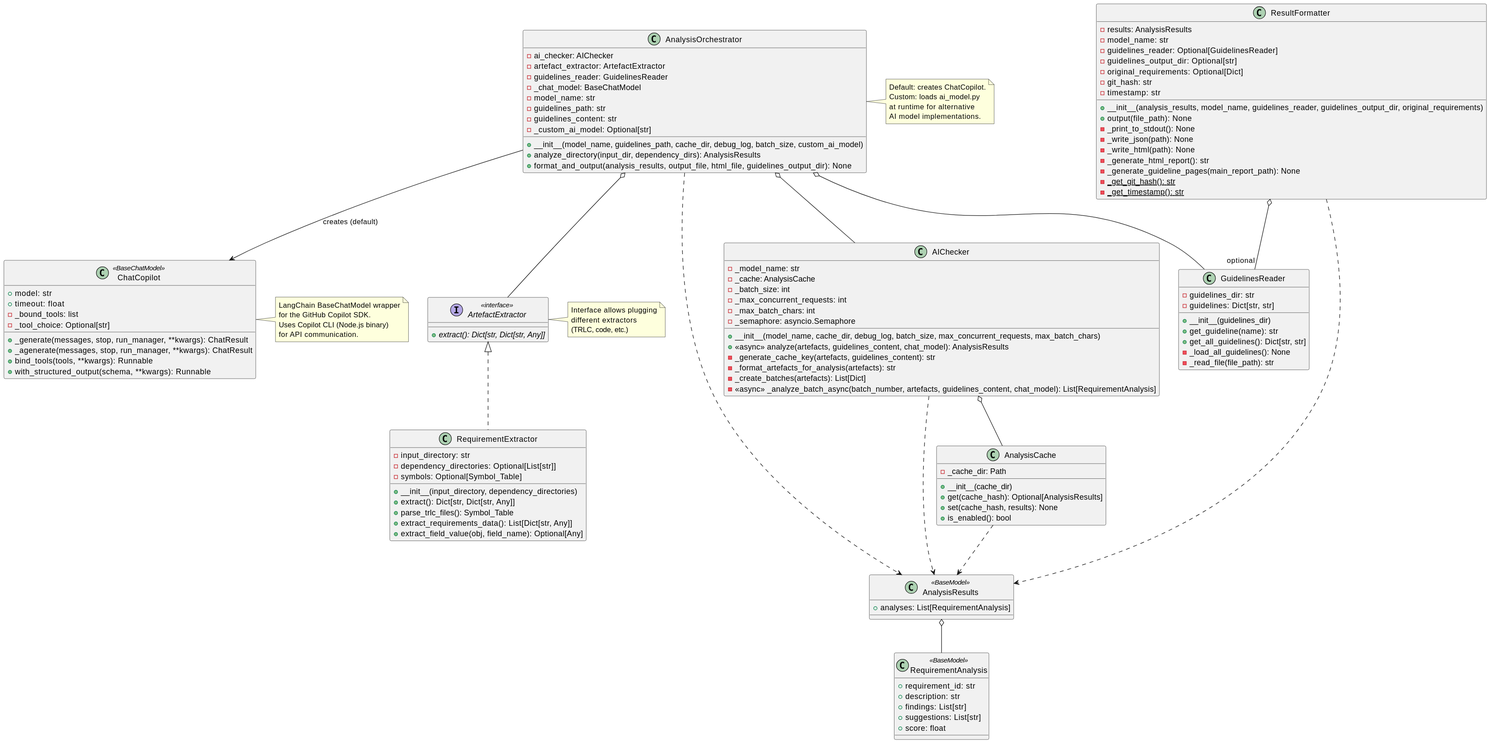
Before: validation/ai_checker/_assets/class_diagram.svg, a diagram exported from PlantUML (eclipse-score/tooling). Its diagram source:
```plantuml
@startuml
class RequirementAnalysis <<BaseModel>> {
  +requirement_id: str
  +description: str
  +findings: List[str]
  +suggestions: List[str]
  +score: float
}

class AnalysisResults <<BaseModel>> {
  +analyses: List[RequirementAnalysis]
}

class AnalysisCache {
  -_cache_dir: Path
  +__init__(cache_dir)
  +get(cache_hash): Optional[AnalysisResults]
  +set(cache_hash, results): None
  +is_enabled(): bool
}

class AIChecker {
  -_model_name: str
  -_cache: AnalysisCache
  -_batch_size: int
  -_max_concurrent_requests: int
  -_max_batch_chars: int
  -_semaphore: asyncio.Semaphore
  +__init__(model_name, cache_dir, debug_log, batch_size, max_concurrent_requests, max_batch_chars)
  +<<async>> analyze(artefacts, guidelines_content, chat_model): AnalysisResults
  -_generate_cache_key(artefacts, guidelines_content): str
  -_format_artefacts_for_analysis(artefacts): str
  -_create_batches(artefacts): List[Dict]
  -<<async>> _analyze_batch_async(batch_number, artefacts, guidelines_content, chat_model): List[RequirementAnalysis]
}

class ChatCopilot <<BaseChatModel>> {
  +model: str
  +timeout: float
  -_bound_tools: list
  -_tool_choice: Optional[str]
  +_generate(messages, stop, run_manager, **kwargs): ChatResult
  +_agenerate(messages, stop, run_manager, **kwargs): ChatResult
  +bind_tools(tools, **kwargs): Runnable
  +with_structured_output(schema, **kwargs): Runnable
}

interface ArtefactExtractor <<interface>> {
  {abstract} +extract(): Dict[str, Dict[str, Any]]
}

class RequirementExtractor {
  -input_directory: str
  -dependency_directories: Optional[List[str]]
  -symbols: Optional[Symbol_Table]
  +__init__(input_directory, dependency_directories)
  +extract(): Dict[str, Dict[str, Any]]
  +parse_trlc_files(): Symbol_Table
  +extract_requirements_data(): List[Dict[str, Any]]
  +extract_field_value(obj, field_name): Optional[Any]
}

class AnalysisOrchestrator {
  -ai_checker: AIChecker
  -artefact_extractor: ArtefactExtractor
  -guidelines_reader: GuidelinesReader
  -_chat_model: BaseChatModel
  -model_name: str
  -guidelines_path: str
  -guidelines_content: str
  -_custom_ai_model: Optional[str]
  +__init__(model_name, guidelines_path, cache_dir, debug_log, batch_size, custom_ai_model)
  +analyze_directory(input_dir, dependency_dirs): AnalysisResults
  +format_and_output(analysis_results, output_file, html_file, guidelines_output_dir): None
}

class GuidelinesReader {
  -guidelines_dir: str
  -guidelines: Dict[str, str]
  +__init__(guidelines_dir)
  +get_guideline(name): str
  +get_all_guidelines(): Dict[str, str]
  -_load_all_guidelines(): None
  -_read_file(file_path): str
}

class ResultFormatter {
  -results: AnalysisResults
  -model_name: str
  -guidelines_reader: Optional[GuidelinesReader]
  -guidelines_output_dir: Optional[str]
  -original_requirements: Optional[Dict]
  -git_hash: str
  -timestamp: str
  +__init__(analysis_results, model_name, guidelines_reader, guidelines_output_dir, original_requirements)
  +output(file_path): None
  -_print_to_stdout(): None
  -_write_json(path): None
  -_write_html(path): None
  -_generate_html_report(): str
  -_generate_guideline_pages(main_report_path): None
  {static} -_get_git_hash(): str
  {static} -_get_timestamp(): str
}

AnalysisResults o-- RequirementAnalysis
AnalysisCache ..> AnalysisResults
AIChecker o-- AnalysisCache
AIChecker ..> AnalysisResults
ArtefactExtractor <|.. RequirementExtractor
AnalysisOrchestrator o-- AIChecker
AnalysisOrchestrator o-- GuidelinesReader
AnalysisOrchestrator o-- ArtefactExtractor
AnalysisOrchestrator --> ChatCopilot: creates (default)
AnalysisOrchestrator ..> AnalysisResults
ResultFormatter ..> AnalysisResults
ResultFormatter o-- "optional" GuidelinesReader

note right of AnalysisOrchestrator
  Default: creates ChatCopilot.
  Custom: loads ai_model.py
  at runtime for alternative
  AI model implementations.
end note

note right of ChatCopilot
  LangChain BaseChatModel wrapper
  for the GitHub Copilot SDK.
  Uses Copilot CLI (Node.js binary)
  for API communication.
end note

note right of ArtefactExtractor
  Interface allows plugging
  different extractors
  (TRLC, code, etc.)
end note
@enduml
```
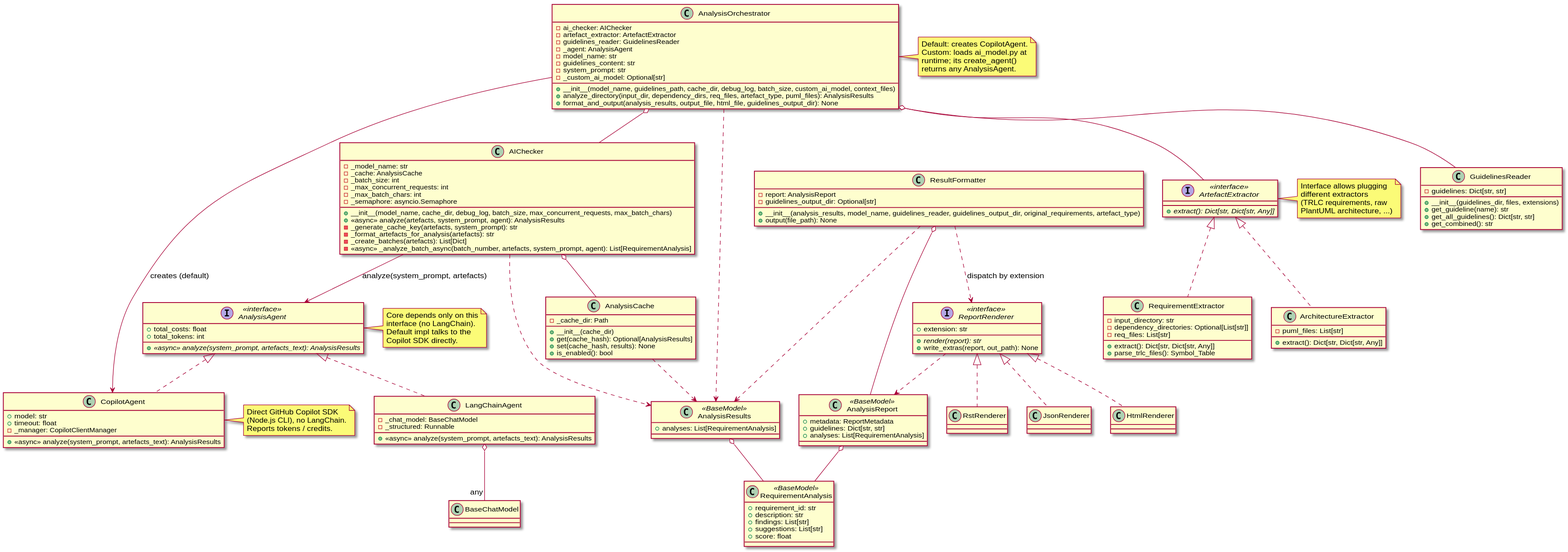
The same diagram one commit later.

Change to the diagram source:
```diff
@@ -1,4 +1,5 @@
 @startuml
+
 class RequirementAnalysis <<BaseModel>> {
   +requirement_id: str
   +description: str
@@ -27,22 +28,30 @@
   -_max_batch_chars: int
   -_semaphore: asyncio.Semaphore
   +__init__(model_name, cache_dir, debug_log, batch_size, max_concurrent_requests, max_batch_chars)
-  +<<async>> analyze(artefacts, guidelines_content, chat_model): AnalysisResults
-  -_generate_cache_key(artefacts, guidelines_content): str
+  +<<async>> analyze(artefacts, system_prompt, agent): AnalysisResults
+  -_generate_cache_key(artefacts, system_prompt): str
   -_format_artefacts_for_analysis(artefacts): str
   -_create_batches(artefacts): List[Dict]
-  -<<async>> _analyze_batch_async(batch_number, artefacts, guidelines_content, chat_model): List[RequirementAnalysis]
+  -<<async>> _analyze_batch_async(batch_number, artefacts, system_prompt, agent): List[RequirementAnalysis]
 }
 
-class ChatCopilot <<BaseChatModel>> {
+interface AnalysisAgent <<interface>> {
+  +total_costs: float
+  +total_tokens: int
+  {abstract} +<<async>> analyze(system_prompt, artefacts_text): AnalysisResults
+}
+
+class CopilotAgent {
   +model: str
   +timeout: float
-  -_bound_tools: list
-  -_tool_choice: Optional[str]
-  +_generate(messages, stop, run_manager, **kwargs): ChatResult
-  +_agenerate(messages, stop, run_manager, **kwargs): ChatResult
-  +bind_tools(tools, **kwargs): Runnable
-  +with_structured_output(schema, **kwargs): Runnable
+  -_manager: CopilotClientManager
+  +<<async>> analyze(system_prompt, artefacts_text): AnalysisResults
+}
+
+class LangChainAgent {
+  -_chat_model: BaseChatModel
+  -_structured: Runnable
+  +<<async>> analyze(system_prompt, artefacts_text): AnalysisResults
 }
 
 interface ArtefactExtractor <<interface>> {
@@ -52,87 +61,110 @@
 class RequirementExtractor {
   -input_directory: str
   -dependency_directories: Optional[List[str]]
-  -symbols: Optional[Symbol_Table]
-  +__init__(input_directory, dependency_directories)
+  -req_files: List[str]
   +extract(): Dict[str, Dict[str, Any]]
   +parse_trlc_files(): Symbol_Table
-  +extract_requirements_data(): List[Dict[str, Any]]
-  +extract_field_value(obj, field_name): Optional[Any]
+}
+
+class ArchitectureExtractor {
+  -puml_files: List[str]
+  +extract(): Dict[str, Dict[str, Any]]
 }
 
 class AnalysisOrchestrator {
   -ai_checker: AIChecker
   -artefact_extractor: ArtefactExtractor
   -guidelines_reader: GuidelinesReader
-  -_chat_model: BaseChatModel
+  -_agent: AnalysisAgent
   -model_name: str
-  -guidelines_path: str
   -guidelines_content: str
+  -system_prompt: str
   -_custom_ai_model: Optional[str]
-  +__init__(model_name, guidelines_path, cache_dir, debug_log, batch_size, custom_ai_model)
-  +analyze_directory(input_dir, dependency_dirs): AnalysisResults
+  +__init__(model_name, guidelines_path, cache_dir, debug_log, batch_size, custom_ai_model, context_files)
+  +analyze_directory(input_dir, dependency_dirs, req_files, artefact_type, puml_files): AnalysisResults
   +format_and_output(analysis_results, output_file, html_file, guidelines_output_dir): None
 }
 
 class GuidelinesReader {
-  -guidelines_dir: str
   -guidelines: Dict[str, str]
-  +__init__(guidelines_dir)
+  +__init__(guidelines_dir, files, extensions)
   +get_guideline(name): str
   +get_all_guidelines(): Dict[str, str]
-  -_load_all_guidelines(): None
-  -_read_file(file_path): str
+  +get_combined(): str
+}
+
+class AnalysisReport <<BaseModel>> {
+  +metadata: ReportMetadata
+  +guidelines: Dict[str, str]
+  +analyses: List[RequirementAnalysis]
 }
 
 class ResultFormatter {
-  -results: AnalysisResults
-  -model_name: str
-  -guidelines_reader: Optional[GuidelinesReader]
+  -report: AnalysisReport
   -guidelines_output_dir: Optional[str]
-  -original_requirements: Optional[Dict]
-  -git_hash: str
-  -timestamp: str
-  +__init__(analysis_results, model_name, guidelines_reader, guidelines_output_dir, original_requirements)
+  +__init__(analysis_results, model_name, guidelines_reader, guidelines_output_dir, original_requirements, artefact_type)
   +output(file_path): None
-  -_print_to_stdout(): None
-  -_write_json(path): None
-  -_write_html(path): None
-  -_generate_html_report(): str
-  -_generate_guideline_pages(main_report_path): None
-  {static} -_get_git_hash(): str
-  {static} -_get_timestamp(): str
 }
+
+interface ReportRenderer <<interface>> {
+  +extension: str
+  {abstract} +render(report): str
+  +write_extras(report, out_path): None
+}
+
+class JsonRenderer
+class HtmlRenderer
+class RstRenderer
 
 AnalysisResults o-- RequirementAnalysis
 AnalysisCache ..> AnalysisResults
 AIChecker o-- AnalysisCache
 AIChecker ..> AnalysisResults
+AIChecker --> AnalysisAgent: analyze(system_prompt, artefacts)
+AnalysisAgent <|.. CopilotAgent
+AnalysisAgent <|.. LangChainAgent
+LangChainAgent o-- "any" BaseChatModel
 ArtefactExtractor <|.. RequirementExtractor
+ArtefactExtractor <|.. ArchitectureExtractor
 AnalysisOrchestrator o-- AIChecker
 AnalysisOrchestrator o-- GuidelinesReader
 AnalysisOrchestrator o-- ArtefactExtractor
-AnalysisOrchestrator --> ChatCopilot: creates (default)
+AnalysisOrchestrator --> CopilotAgent: creates (default)
 AnalysisOrchestrator ..> AnalysisResults
 ResultFormatter ..> AnalysisResults
-ResultFormatter o-- "optional" GuidelinesReader
+ResultFormatter o-- AnalysisReport
+ResultFormatter ..> ReportRenderer: dispatch by extension
+AnalysisReport o-- RequirementAnalysis
+ReportRenderer <|.. JsonRenderer
+ReportRenderer <|.. HtmlRenderer
+ReportRenderer <|.. RstRenderer
+ReportRenderer ..> AnalysisReport
 
 note right of AnalysisOrchestrator
-  Default: creates ChatCopilot.
-  Custom: loads ai_model.py
-  at runtime for alternative
-  AI model implementations.
+  Default: creates CopilotAgent.
+  Custom: loads ai_model.py at
+  runtime; its create_agent()
+  returns any AnalysisAgent.
 end note
 
-note right of ChatCopilot
-  LangChain BaseChatModel wrapper
-  for the GitHub Copilot SDK.
-  Uses Copilot CLI (Node.js binary)
-  for API communication.
+note right of AnalysisAgent
+  Core depends only on this
+  interface (no LangChain).
+  Default impl talks to the
+  Copilot SDK directly.
+end note
+
+note right of CopilotAgent
+  Direct GitHub Copilot SDK
+  (Node.js CLI), no LangChain.
+  Reports tokens / credits.
 end note
 
 note right of ArtefactExtractor
   Interface allows plugging
   different extractors
-  (TRLC, code, etc.)
+  (TRLC requirements, raw
+  PlantUML architecture, ...)
 end note
+
 @enduml
```
